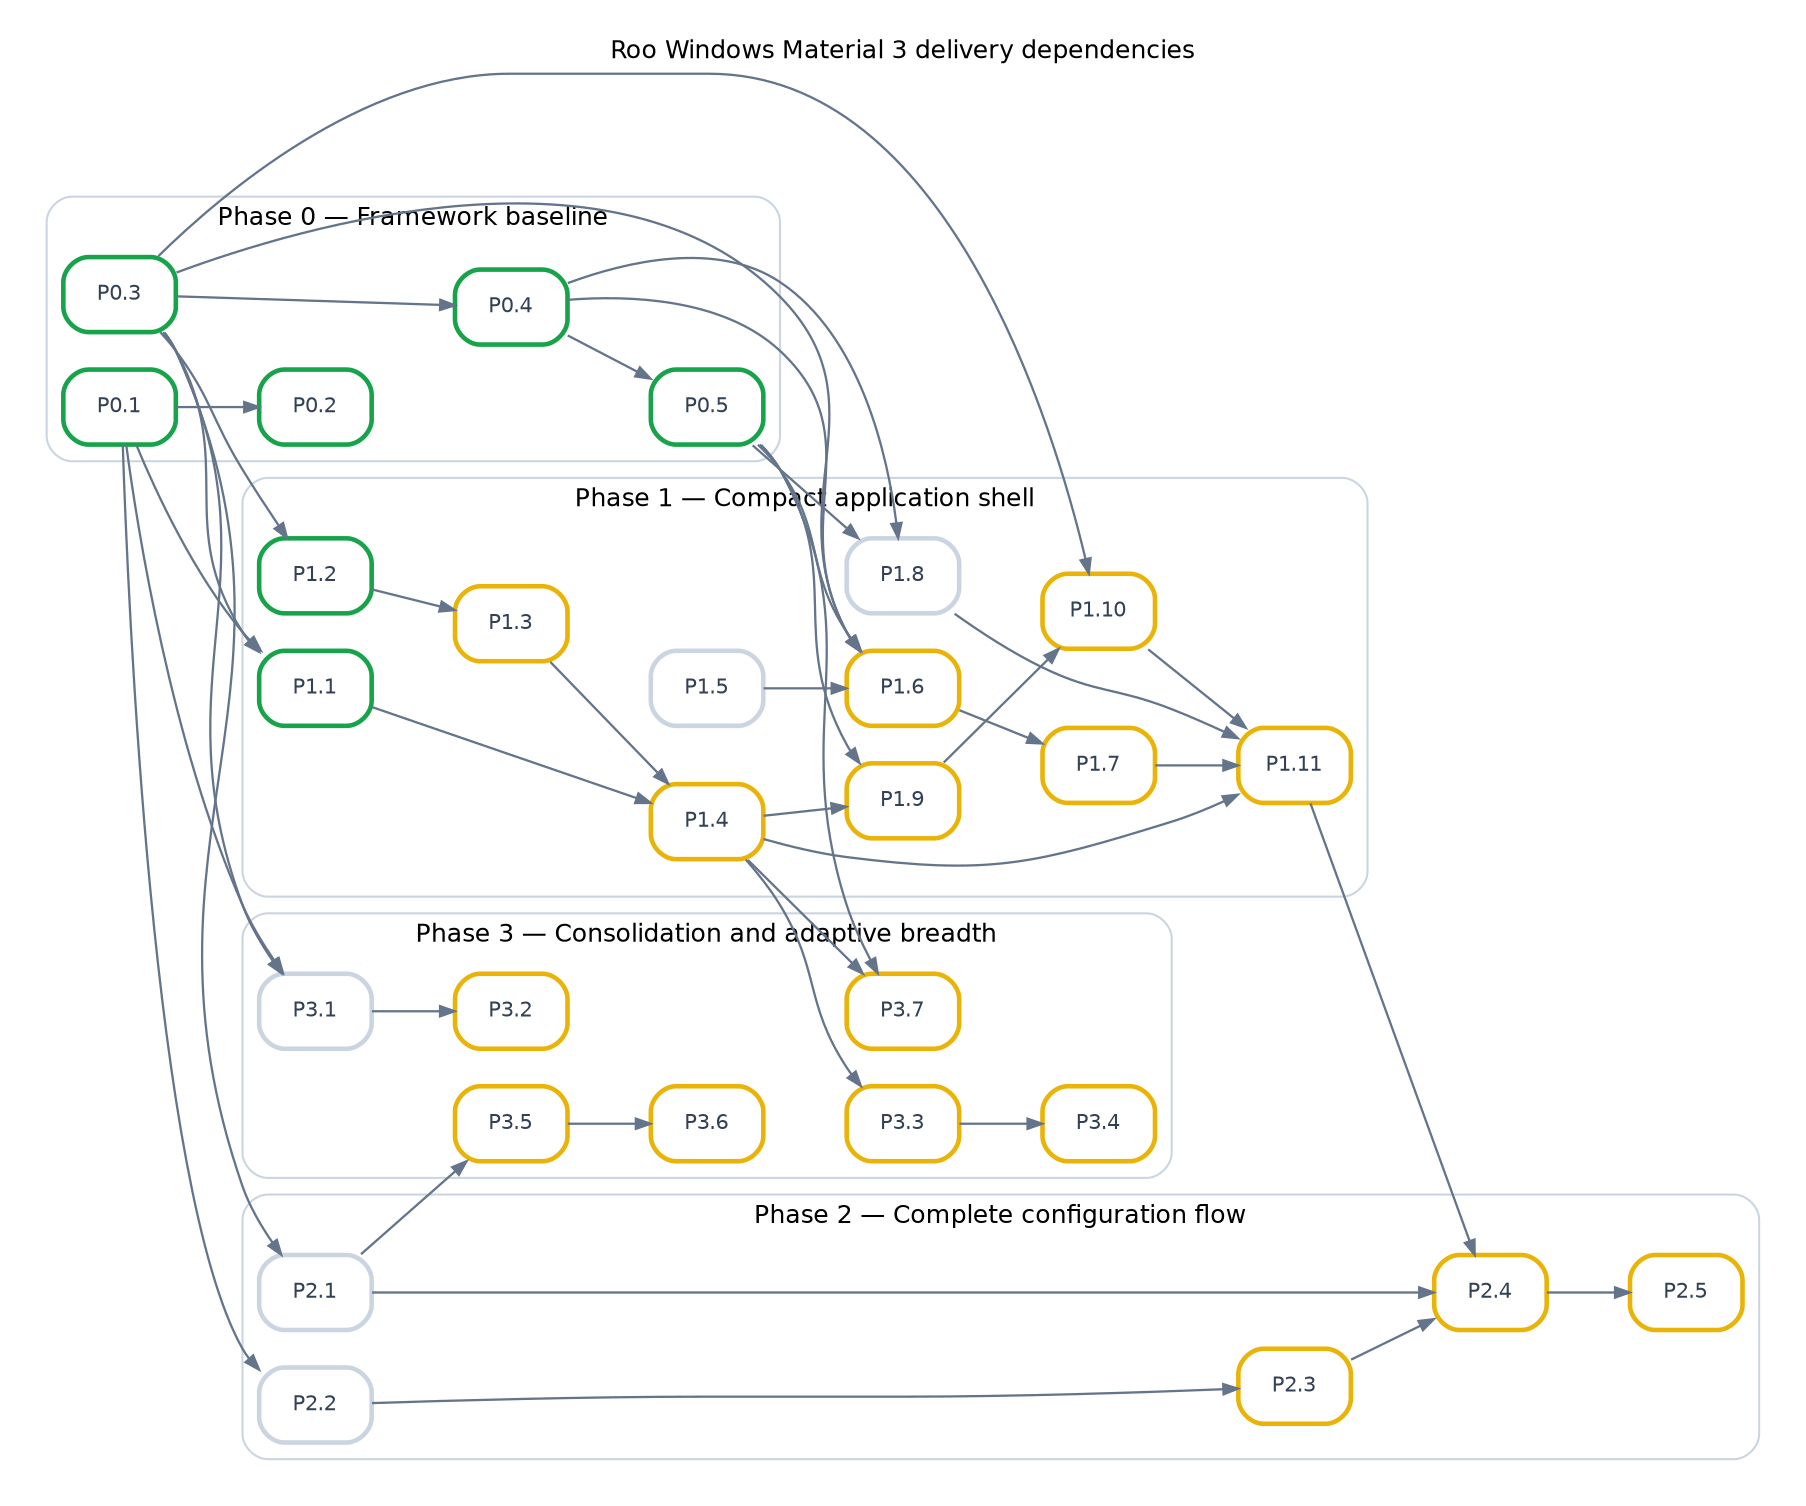
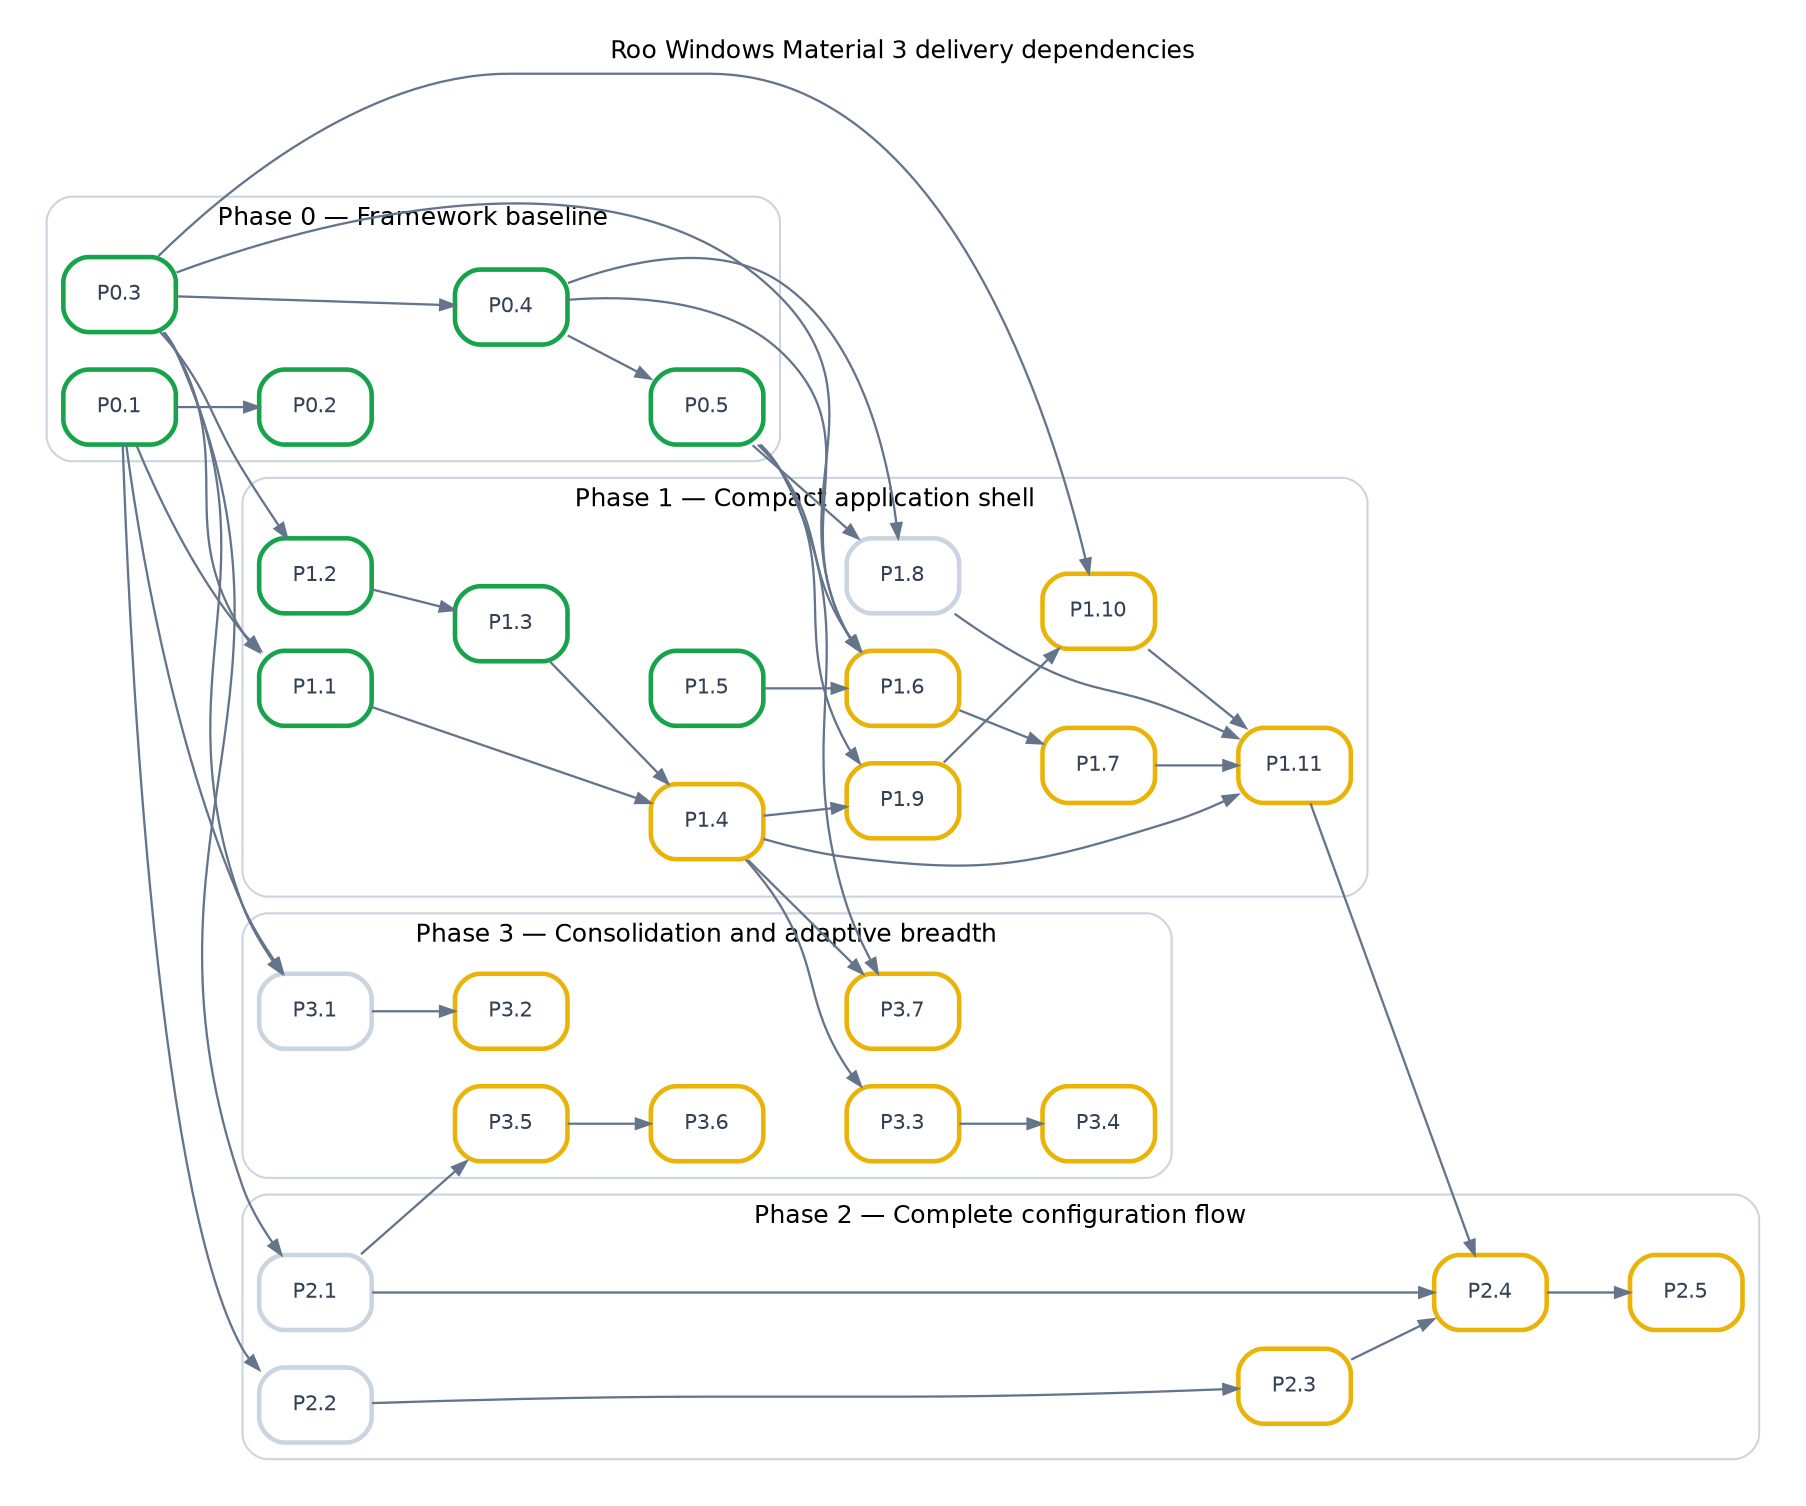
// Source for material3_roadmap_dependencies.svg.
// Keep the full dependency set here. Generate the displayed transitive
// reduction from the repository root with:
//   tred docs/material3_roadmap_dependencies.dot | \
//     dot -Tsvg -o docs/material3_roadmap_dependencies.svg
digraph material3_roadmap_dependencies {
  graph [
    rankdir=LR,
    newrank=true,
    bgcolor="#FFFFFF",
    pad=0.2,
    nodesep=0.25,
    ranksep=0.55,
    fontname="DejaVu Sans",
    fontsize=12,
    labelloc=t,
    label="Roo Windows Material 3 delivery dependencies"
  ];
  node [
    shape=box,
    style="rounded,filled",
    margin="0.10,0.06",
    fontname="DejaVu Sans",
    fontsize=10,
    penwidth=2.2,
    target="_top",
    fillcolor="#FFFFFF",
    color="#EAB308",
    fontcolor="#334155"
  ];
  edge [color="#64748B", arrowsize=0.7, penwidth=1.1];

  subgraph cluster_phase0 {
    label="Phase 0 — Framework baseline";
    color="#CBD5E1";
    style="rounded";

    p0_1 [label="P0.1", fillcolor="#FFFFFF", color="#16A34A",
          fontcolor="#334155", URL="material3_roadmap.md#p0-1",
          tooltip="Theme ownership split"];
    p0_2 [label="P0.2", fillcolor="#FFFFFF", color="#16A34A",
          fontcolor="#334155", URL="material3_roadmap.md#p0-2",
          tooltip="Supported-target baseline for the theme split"];
    p0_3 [label="P0.3", fillcolor="#FFFFFF", color="#16A34A",
          fontcolor="#334155", URL="material3_roadmap.md#p0-3",
          tooltip="Keyboard/focus framework"];
    p0_4 [label="P0.4", fillcolor="#FFFFFF", color="#16A34A",
          fontcolor="#334155", URL="material3_roadmap.md#p0-4",
          tooltip="Semantic Back/Escape routing"];
    p0_5 [label="P0.5", fillcolor="#FFFFFF", color="#16A34A",
          fontcolor="#334155", URL="material3_roadmap.md#p0-5",
          tooltip="Interactive-transient slot and dialog lifetime migration"];
  }

  subgraph cluster_phase1 {
    label="Phase 1 — Compact application shell";
    color="#CBD5E1";
    style="rounded";

    p1_1 [label="P1.1", fillcolor="#FFFFFF", color="#16A34A",
          fontcolor="#334155", URL="material3_roadmap.md#p1-1",
          tooltip="Finish app-bar component verification"];
    p1_2 [label="P1.2", fillcolor="#FFFFFF", color="#16A34A",
          fontcolor="#334155", URL="material3_roadmap.md#p1-2",
          tooltip="Amend the navigation-bar design for keyboard operation"];
-     p1_3 [label="P1.3", URL="material3_roadmap.md#p1-3",
+     p1_3 [label="P1.3", fillcolor="#FFFFFF", color="#16A34A",
+           fontcolor="#334155", URL="material3_roadmap.md#p1-3",
          tooltip="Implement compact navigation bar"];
    p1_4 [label="P1.4", URL="material3_roadmap.md#p1-4",
          tooltip="Implement the compact LayoutScaffold slice"];
-     p1_5 [label="P1.5", fillcolor="#FFFFFF", color="#CBD5E1",
+     p1_5 [label="P1.5", fillcolor="#FFFFFF", color="#16A34A",
          fontcolor="#334155", URL="material3_roadmap.md#p1-5",
          tooltip="Implement the shared presentation-pin host"];
    p1_6 [label="P1.6", URL="material3_roadmap.md#p1-6",
          tooltip="Reconcile menu ownership and input design"];
    p1_7 [label="P1.7", URL="material3_roadmap.md#p1-7",
          tooltip="Implement Material 3 menus"];
    p1_8 [label="P1.8", fillcolor="#FFFFFF", color="#CBD5E1",
          fontcolor="#334155", URL="material3_roadmap.md#p1-8",
          tooltip="Implement basic Material 3 dialogs"];
    p1_9 [label="P1.9", URL="material3_roadmap.md#p1-9",
          tooltip="Reconcile snackbar queue ownership design"];
    p1_10 [label="P1.10", URL="material3_roadmap.md#p1-10",
           tooltip="Implement snackbar widget, presenter, and queue"];
    p1_11 [label="P1.11", URL="material3_roadmap.md#p1-11",
           tooltip="Integrate the compact settings shell"];
  }

  subgraph cluster_phase2 {
    label="Phase 2 — Complete configuration flow";
    color="#CBD5E1";
    style="rounded";

    p2_1 [label="P2.1", fillcolor="#FFFFFF", color="#CBD5E1",
          fontcolor="#334155", URL="material3_roadmap.md#p2-1",
          tooltip="Implement single-line Material 3 text fields"];
    p2_2 [label="P2.2", fillcolor="#FFFFFF", color="#CBD5E1",
          fontcolor="#334155", URL="material3_roadmap.md#p2-2",
          tooltip="Design progress indicators"];
    p2_3 [label="P2.3", URL="material3_roadmap.md#p2-3",
          tooltip="Implement progress indicators"];
    p2_4 [label="P2.4", URL="material3_roadmap.md#p2-4",
          tooltip="Implement the Material 3 Wi-Fi configuration flow"];
    p2_5 [label="P2.5", URL="material3_roadmap.md#p2-5",
          tooltip="Verify the configuration flow on target"];
  }

  subgraph cluster_phase3 {
    label="Phase 3 — Consolidation and adaptive breadth";
    color="#CBD5E1";
    style="rounded";

    p3_1 [label="P3.1", fillcolor="#FFFFFF", color="#CBD5E1",
          fontcolor="#334155", URL="material3_roadmap.md#p3-1",
          tooltip="Specify the existing card, checkbox, radio-button, and switch families"];
    p3_2 [label="P3.2", URL="material3_roadmap.md#p3-2",
          tooltip="Reconcile existing control implementations with P3.1"];
    p3_3 [label="P3.3", URL="material3_roadmap.md#p3-3",
          tooltip="Design adaptive navigation orchestration"];
    p3_4 [label="P3.4", URL="material3_roadmap.md#p3-4",
          tooltip="Implement adaptive navigation"];
    p3_5 [label="P3.5", URL="material3_roadmap.md#p3-5",
          tooltip="Design multiline editing and composition"];
    p3_6 [label="P3.6", URL="material3_roadmap.md#p3-6",
          tooltip="Implement multiline Material 3 text fields"];
    p3_7 [label="P3.7", URL="material3_roadmap.md#p3-7",
          tooltip="Implement modal sheets and adopt transient lifetime"];
  }

  p0_1 -> p0_2;
  p0_3 -> p0_4 -> p0_5;

  p0_1 -> p1_1;
  p0_3 -> p1_1;
  p0_3 -> p1_2;
  p1_2 -> p1_3;
  p1_1 -> p1_4;
  p1_3 -> p1_4;
  p0_3 -> p1_6;
  p0_4 -> p1_6;
  p0_5 -> p1_6;
  p1_5 -> p1_6 -> p1_7;
  p0_4 -> p1_8;
  p0_5 -> p1_8;
  p0_5 -> p1_9;
  p1_4 -> p1_9;
  p0_3 -> p1_10;
  p1_9 -> p1_10;
  p1_4 -> p1_11;
  p1_7 -> p1_11;
  p1_8 -> p1_11;
  p1_10 -> p1_11;

  p0_3 -> p2_1;
  p0_1 -> p2_2;
  p2_2 -> p2_3;
  p1_11 -> p2_4;
  p2_1 -> p2_4;
  p2_3 -> p2_4 -> p2_5;

  p0_1 -> p3_1;
  p0_3 -> p3_1;
  p3_1 -> p3_2;
  p1_4 -> p3_3 -> p3_4;
  p2_1 -> p3_5 -> p3_6;
  p0_5 -> p3_7;
  p1_4 -> p3_7;
}
